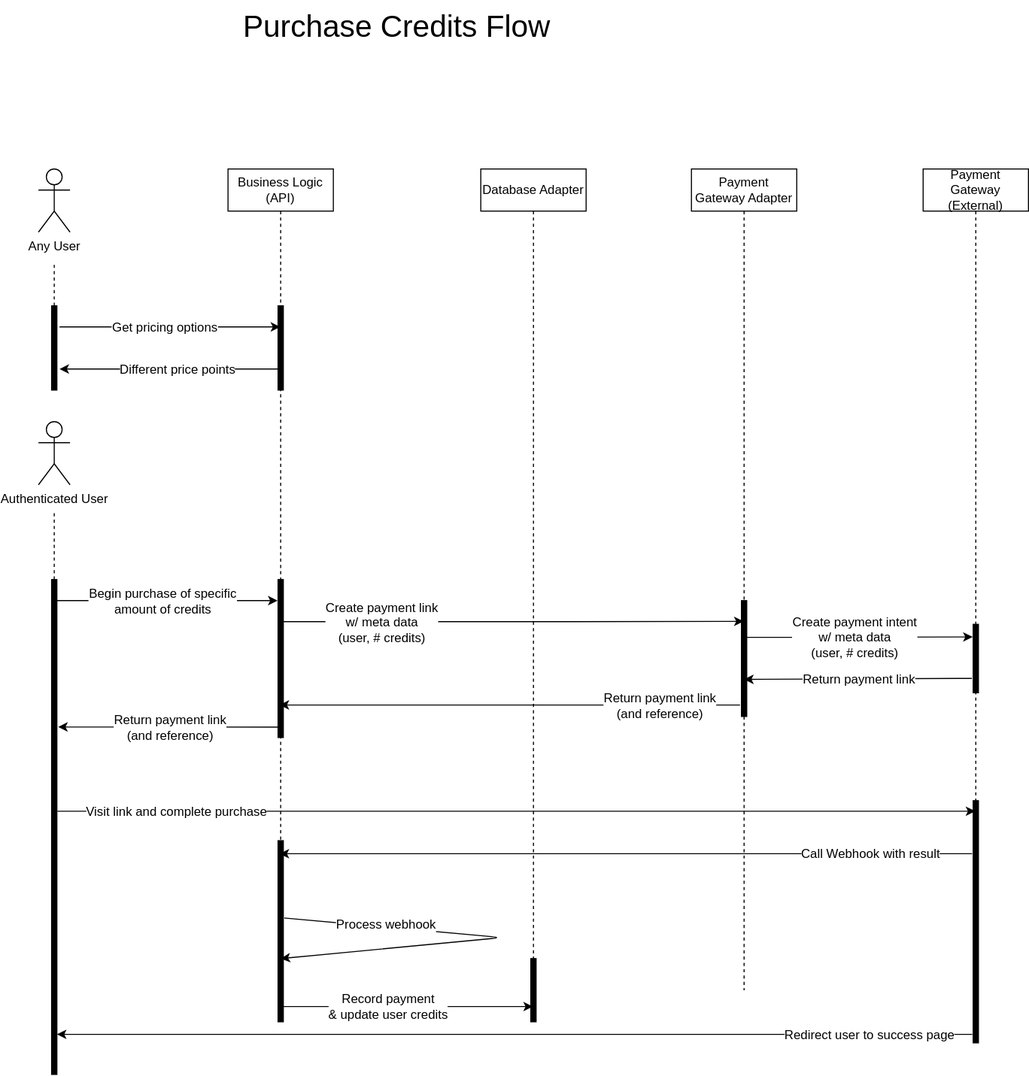
Before: packages/domain/src/use-cases/credits/.drawio.svg, a diagram exported from draw.io (john-prutton/tarc). Source tidied: cells renumbered, new cells last; positions are measured from the earlier drawing's top-left corner, leaving out a move shared by most shapes.
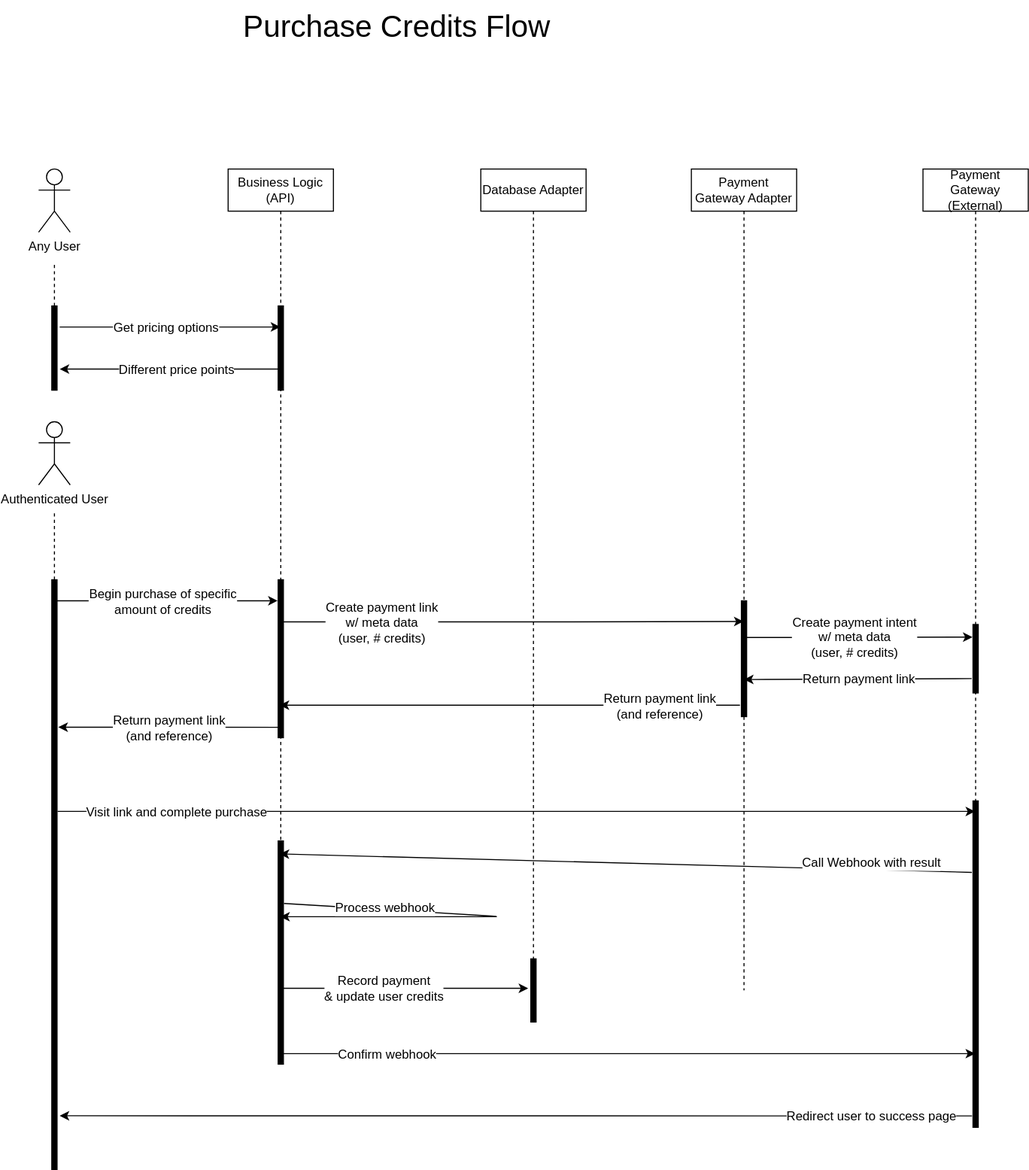
Later version of the same file.

What changed in the source:
```diff
@@ -6,7 +6,7 @@
       <mxGeometry y="160" width="30" height="60" as="geometry" />
     </mxCell>
     <mxCell id="3" value="Business Logic (API)" style="shape=umlLifeline;perimeter=lifelinePerimeter;whiteSpace=wrap;html=1;outlineConnect=0;" parent="1" vertex="1">
-      <mxGeometry x="180" y="160" width="100" height="800" as="geometry" />
+      <mxGeometry x="180" y="160" width="100" height="850" as="geometry" />
     </mxCell>
     <mxCell id="4" style="html=1;perimeter=orthogonalPerimeter;fillColor=strokeColor;fontSize=12;" parent="3" vertex="1">
       <mxGeometry x="47.5" y="130" width="5" height="80" as="geometry" />
@@ -37,13 +37,12 @@
       </mxGeometry>
     </mxCell>
     <mxCell id="10" style="html=1;points=[];perimeter=orthogonalPerimeter;fillColor=strokeColor;fontSize=12;" parent="3" vertex="1">
-      <mxGeometry x="47.5" y="638" width="5" height="172" as="geometry" />
+      <mxGeometry x="47.5" y="638" width="5" height="212" as="geometry" />
     </mxCell>
-    <mxCell id="11" style="endArrow=classic;html=1;fontSize=12;startSize=60;endSize=6;sourcePerimeterSpacing=0;targetPerimeterSpacing=0;exitX=1.177;exitY=0.427;exitDx=0;exitDy=0;exitPerimeter=0;" parent="3" edge="1" source="10">
+    <mxCell id="11" style="endArrow=classic;html=1;fontSize=12;startSize=60;endSize=6;sourcePerimeterSpacing=0;targetPerimeterSpacing=0;exitX=1.101;exitY=0.28;exitDx=0;exitDy=0;exitPerimeter=0;" parent="3" edge="1" source="10" target="3">
       <mxGeometry relative="1" as="geometry">
-        <mxPoint x="50" y="750" as="targetPoint" />
         <Array as="points">
-          <mxPoint x="260" y="730" />
+          <mxPoint x="260" y="710" />
         </Array>
       </mxGeometry>
     </mxCell>
@@ -52,6 +51,16 @@
         <mxPoint x="29" as="offset" />
       </mxGeometry>
     </mxCell>
+    <mxCell id="46" style="html=1;fontSize=12;startSize=60;endSize=6;sourcePerimeterSpacing=0;targetPerimeterSpacing=0;" parent="3" edge="1" target="30">
+      <mxGeometry relative="1" as="geometry">
+        <mxPoint x="52.5" y="840" as="sourcePoint" />
+      </mxGeometry>
+    </mxCell>
+    <mxCell id="47" value="Confirm webhook" style="edgeLabel;html=1;align=center;verticalAlign=middle;fontSize=12;" parent="46" vertex="1">
+      <mxGeometry x="-0.17" relative="1" as="geometry">
+        <mxPoint x="-176" as="offset" />
+      </mxGeometry>
+    </mxCell>
     <mxCell id="13" value="Purchase Credits Flow" style="text;html=1;align=center;verticalAlign=middle;strokeColor=none;fillColor=none;fontSize=29;" parent="1" vertex="1">
       <mxGeometry x="180" width="320" height="50" as="geometry" />
     </mxCell>
@@ -118,7 +127,7 @@
       <mxGeometry relative="1" as="geometry" />
     </mxCell>
     <mxCell id="27" style="html=1;points=[];perimeter=orthogonalPerimeter;fillColor=strokeColor;fontSize=12;" parent="1" vertex="1">
-      <mxGeometry x="12.5" y="550" width="5" height="470" as="geometry" />
+      <mxGeometry x="12.5" y="550" width="5" height="560" as="geometry" />
     </mxCell>
     <mxCell id="28" style="endArrow=classic;html=1;fontSize=12;startSize=60;endSize=6;sourcePerimeterSpacing=0;targetPerimeterSpacing=0;exitX=-0.273;exitY=0.901;exitDx=0;exitDy=0;exitPerimeter=0;" parent="1" edge="1" source="18">
       <mxGeometry relative="1" as="geometry">
@@ -131,13 +140,13 @@
       </mxGeometry>
     </mxCell>
     <mxCell id="30" value="Payment Gateway (External)" style="shape=umlLifeline;perimeter=lifelinePerimeter;whiteSpace=wrap;html=1;outlineConnect=0;" parent="1" vertex="1">
-      <mxGeometry x="840" y="160" width="100" height="680" as="geometry" />
+      <mxGeometry x="840" y="160" width="100" height="910" as="geometry" />
     </mxCell>
     <mxCell id="31" style="html=1;perimeter=orthogonalPerimeter;fillColor=strokeColor;fontSize=12;" parent="30" vertex="1">
       <mxGeometry x="47.5" y="432.5" width="5" height="65" as="geometry" />
     </mxCell>
     <mxCell id="32" style="html=1;points=[];perimeter=orthogonalPerimeter;fillColor=strokeColor;fontSize=12;" parent="30" vertex="1">
-      <mxGeometry x="47.5" y="600" width="5" height="230" as="geometry" />
+      <mxGeometry x="47.5" y="600" width="5" height="310" as="geometry" />
     </mxCell>
     <mxCell id="33" style="endArrow=classic;html=1;fontSize=12;startSize=60;endSize=6;sourcePerimeterSpacing=0;targetPerimeterSpacing=0;" parent="1" edge="1">
       <mxGeometry relative="1" as="geometry">
@@ -182,7 +191,7 @@
     </mxCell>
     <mxCell id="41" style="endArrow=classic;html=1;fontSize=12;startSize=60;endSize=6;sourcePerimeterSpacing=0;targetPerimeterSpacing=0;exitX=-0.176;exitY=0.965;exitDx=0;exitDy=0;exitPerimeter=0;" parent="1" edge="1" source="32">
       <mxGeometry relative="1" as="geometry">
-        <mxPoint x="17.5" y="981.9" as="targetPoint" />
+        <mxPoint x="20" y="1059" as="targetPoint" />
       </mxGeometry>
     </mxCell>
     <mxCell id="42" value="Redirect user to success page" style="edgeLabel;html=1;align=center;verticalAlign=middle;fontSize=12;" parent="41" vertex="1">
@@ -190,10 +199,8 @@
         <mxPoint x="385" as="offset" />
       </mxGeometry>
     </mxCell>
-    <mxCell id="43" style="html=1;fontSize=12;startSize=60;endSize=6;sourcePerimeterSpacing=0;targetPerimeterSpacing=0;exitX=0.759;exitY=0.916;exitDx=0;exitDy=0;exitPerimeter=0;" parent="1" edge="1" source="10">
-      <mxGeometry relative="1" as="geometry">
-        <mxPoint x="469.5" y="955.6" as="targetPoint" />
-      </mxGeometry>
+    <mxCell id="43" style="html=1;fontSize=12;startSize=60;endSize=6;sourcePerimeterSpacing=0;targetPerimeterSpacing=0;entryX=-0.51;entryY=0.466;entryDx=0;entryDy=0;entryPerimeter=0;" parent="1" edge="1" source="3" target="40">
+      <mxGeometry relative="1" as="geometry" />
     </mxCell>
     <mxCell id="44" value="Record payment &lt;br&gt;&amp;amp; update user credits" style="edgeLabel;html=1;align=center;verticalAlign=middle;fontSize=12;" parent="43" vertex="1">
       <mxGeometry x="-0.17" relative="1" as="geometry" />
```
